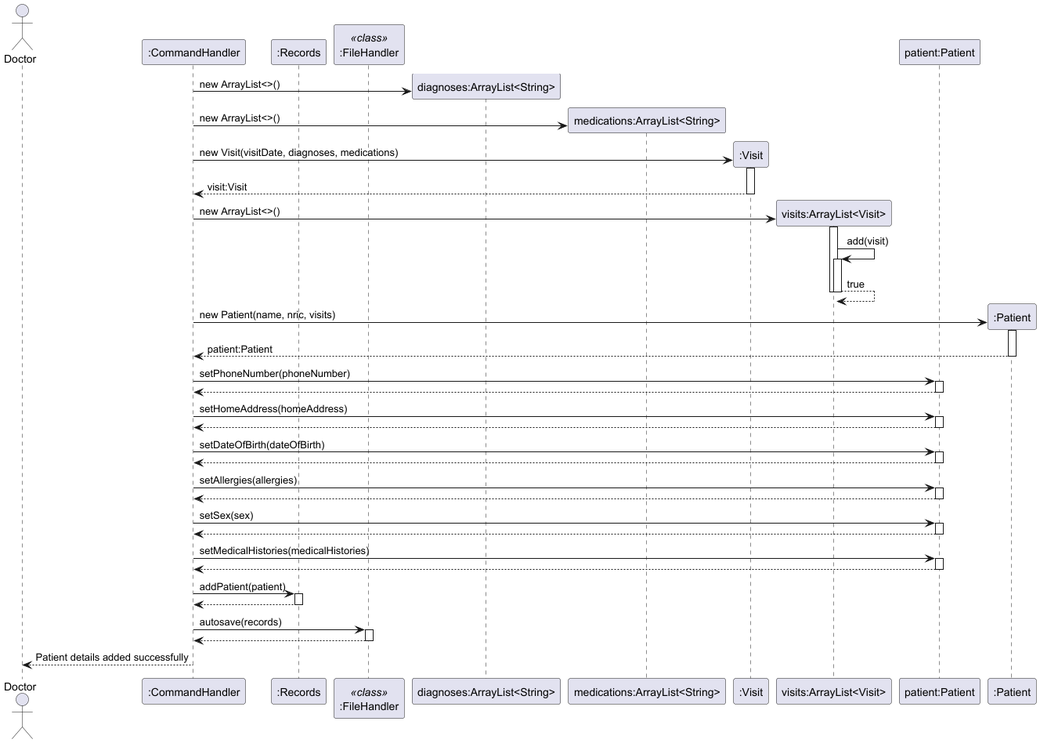
yentheng0110/tp keeps this PlantUML diagram as docs/NewPatientSequenceDiagram_2.png. Above is the earlier version. Its diagram source:
```plantuml
@startuml
actor Doctor

participant ":CommandHandler"
participant ":Records"
participant ":FileHandler" as FileHandler <<class>>

create "diagnoses:ArrayList<String>"
":CommandHandler" -> "diagnoses:ArrayList<String>"**: new ArrayList<>()

create "medications:ArrayList<String>"
":CommandHandler" -> "medications:ArrayList<String>"**: new ArrayList<>()

":CommandHandler" -> ":Visit"**: new Visit(visitDate, diagnoses, medications)
activate ":Visit"
":CommandHandler" <-- ":Visit": visit:Visit
deactivate ":Visit"

create "visits:ArrayList<Visit>"
":CommandHandler" -> "visits:ArrayList<Visit>"**: new ArrayList<>()
activate "visits:ArrayList<Visit>"
"visits:ArrayList<Visit>" -> "visits:ArrayList<Visit>" ++: add(visit)
return true
deactivate "visits:ArrayList<Visit>"

participant "patient:Patient"

":CommandHandler" -> ":Patient"**: new Patient(name, nric, visits)
activate ":Patient"
":CommandHandler" <-- ":Patient": patient:Patient
deactivate ":Patient"

":CommandHandler" -> "patient:Patient" ++: setPhoneNumber(phoneNumber)
return
":CommandHandler" -> "patient:Patient" ++: setHomeAddress(homeAddress)
return
":CommandHandler" -> "patient:Patient" ++: setDateOfBirth(dateOfBirth)
return
":CommandHandler" -> "patient:Patient" ++: setAllergies(allergies)
return
":CommandHandler" -> "patient:Patient" ++: setSex(sex)
return
":CommandHandler" -> "patient:Patient" ++: setMedicalHistories(medicalHistories)
return

":CommandHandler" -> ":Records" ++: addPatient(patient)
return

":CommandHandler" -> FileHandler ++: autosave(records)
return

Doctor <-- ":CommandHandler": Patient details added successfully

@enduml
```
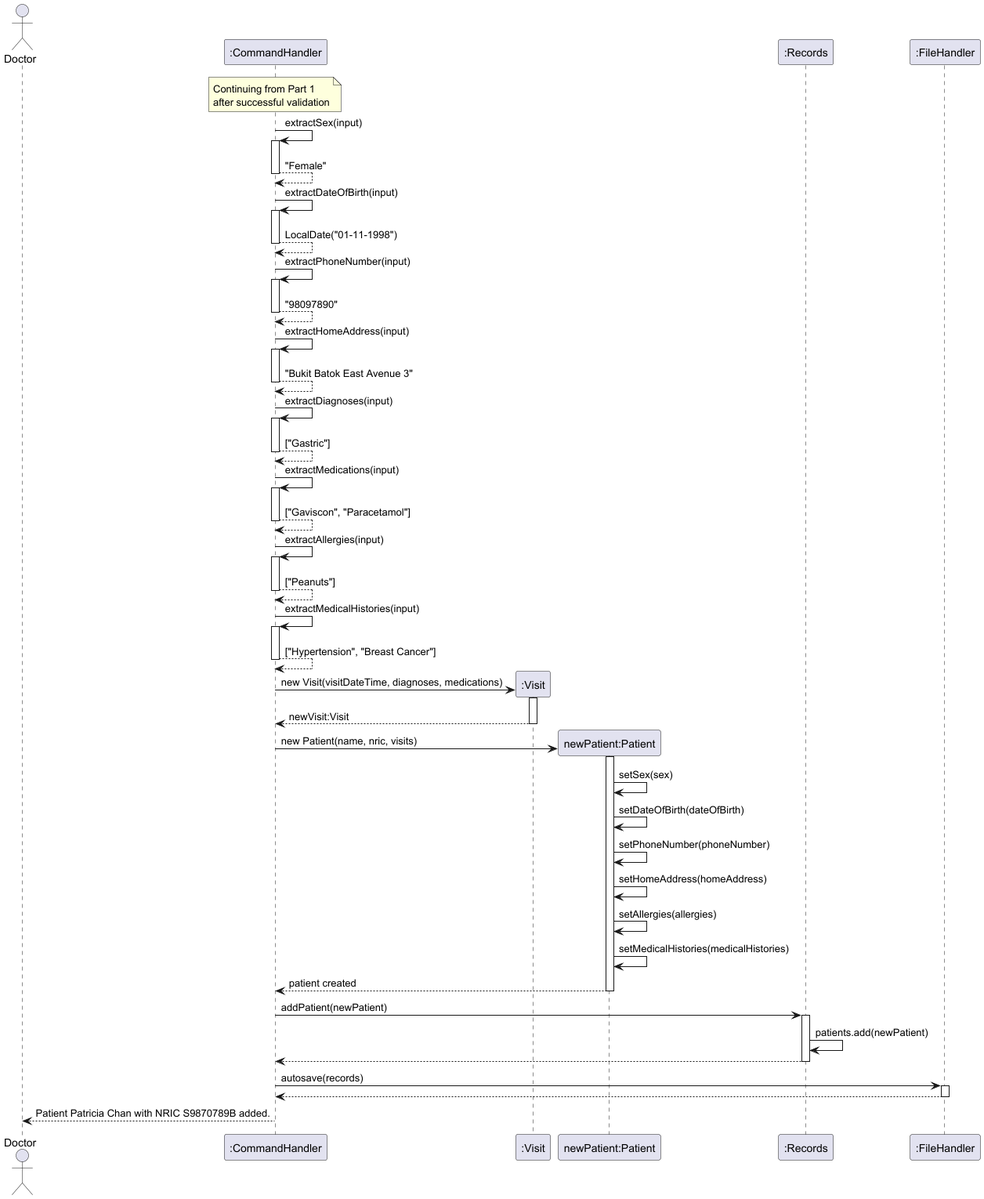
The same file after the commit.

Commit message:
Update New Patient Sequence Diagram

What changed in the source:
```diff
@@ -1,54 +1,61 @@
 @startuml
+
 actor Doctor
+participant ":CommandHandler"
 
-participant ":CommandHandler"
-participant ":Records"
-participant ":FileHandler" as FileHandler <<class>>
+note over ":CommandHandler": Continuing from Part 1\nafter successful validation
 
-create "diagnoses:ArrayList<String>"
-":CommandHandler" -> "diagnoses:ArrayList<String>"**: new ArrayList<>()
+":CommandHandler" -> ":CommandHandler" ++: extractSex(input)
+return "Female"
 
-create "medications:ArrayList<String>"
-":CommandHandler" -> "medications:ArrayList<String>"**: new ArrayList<>()
+":CommandHandler" -> ":CommandHandler" ++: extractDateOfBirth(input)
+return LocalDate("01-11-1998")
 
-":CommandHandler" -> ":Visit"**: new Visit(visitDate, diagnoses, medications)
+":CommandHandler" -> ":CommandHandler" ++: extractPhoneNumber(input)
+return "98097890"
+
+":CommandHandler" -> ":CommandHandler" ++: extractHomeAddress(input)
+return "Bukit Batok East Avenue 3"
+
+":CommandHandler" -> ":CommandHandler" ++: extractDiagnoses(input)
+return ["Gastric"]
+
+":CommandHandler" -> ":CommandHandler" ++: extractMedications(input)
+return ["Gaviscon", "Paracetamol"]
+
+":CommandHandler" -> ":CommandHandler" ++: extractAllergies(input)
+return ["Peanuts"]
+
+":CommandHandler" -> ":CommandHandler" ++: extractMedicalHistories(input)
+return ["Hypertension", "Breast Cancer"]
+
+create ":Visit"
+":CommandHandler" -> ":Visit"**: new Visit(visitDateTime, diagnoses, medications)
 activate ":Visit"
-":CommandHandler" <-- ":Visit": visit:Visit
+":CommandHandler" <-- ":Visit": newVisit:Visit
 deactivate ":Visit"
 
-create "visits:ArrayList<Visit>"
-":CommandHandler" -> "visits:ArrayList<Visit>"**: new ArrayList<>()
-activate "visits:ArrayList<Visit>"
-"visits:ArrayList<Visit>" -> "visits:ArrayList<Visit>" ++: add(visit)
-return true
-deactivate "visits:ArrayList<Visit>"
+create "newPatient:Patient"
+":CommandHandler" -> "newPatient:Patient"**: new Patient(name, nric, visits)
+activate "newPatient:Patient"
 
-participant "patient:Patient"
+"newPatient:Patient" -> "newPatient:Patient": setSex(sex)
+"newPatient:Patient" -> "newPatient:Patient": setDateOfBirth(dateOfBirth)
+"newPatient:Patient" -> "newPatient:Patient": setPhoneNumber(phoneNumber)
+"newPatient:Patient" -> "newPatient:Patient": setHomeAddress(homeAddress)
+"newPatient:Patient" -> "newPatient:Patient": setAllergies(allergies)
+"newPatient:Patient" -> "newPatient:Patient": setMedicalHistories(medicalHistories)
 
-":CommandHandler" -> ":Patient"**: new Patient(name, nric, visits)
-activate ":Patient"
-":CommandHandler" <-- ":Patient": patient:Patient
-deactivate ":Patient"
+":CommandHandler" <-- "newPatient:Patient": patient created
+deactivate "newPatient:Patient"
 
-":CommandHandler" -> "patient:Patient" ++: setPhoneNumber(phoneNumber)
-return
-":CommandHandler" -> "patient:Patient" ++: setHomeAddress(homeAddress)
-return
-":CommandHandler" -> "patient:Patient" ++: setDateOfBirth(dateOfBirth)
-return
-":CommandHandler" -> "patient:Patient" ++: setAllergies(allergies)
-return
-":CommandHandler" -> "patient:Patient" ++: setSex(sex)
-return
-":CommandHandler" -> "patient:Patient" ++: setMedicalHistories(medicalHistories)
+":CommandHandler" -> ":Records" ++: addPatient(newPatient)
+":Records" -> ":Records": patients.add(newPatient)
 return
 
-":CommandHandler" -> ":Records" ++: addPatient(patient)
+":CommandHandler" -> ":FileHandler" ++: autosave(records)
 return
 
-":CommandHandler" -> FileHandler ++: autosave(records)
-return
-
-Doctor <-- ":CommandHandler": Patient details added successfully
+Doctor <-- ":CommandHandler": Patient Patricia Chan with NRIC S9870789B added.
 
 @enduml
```
